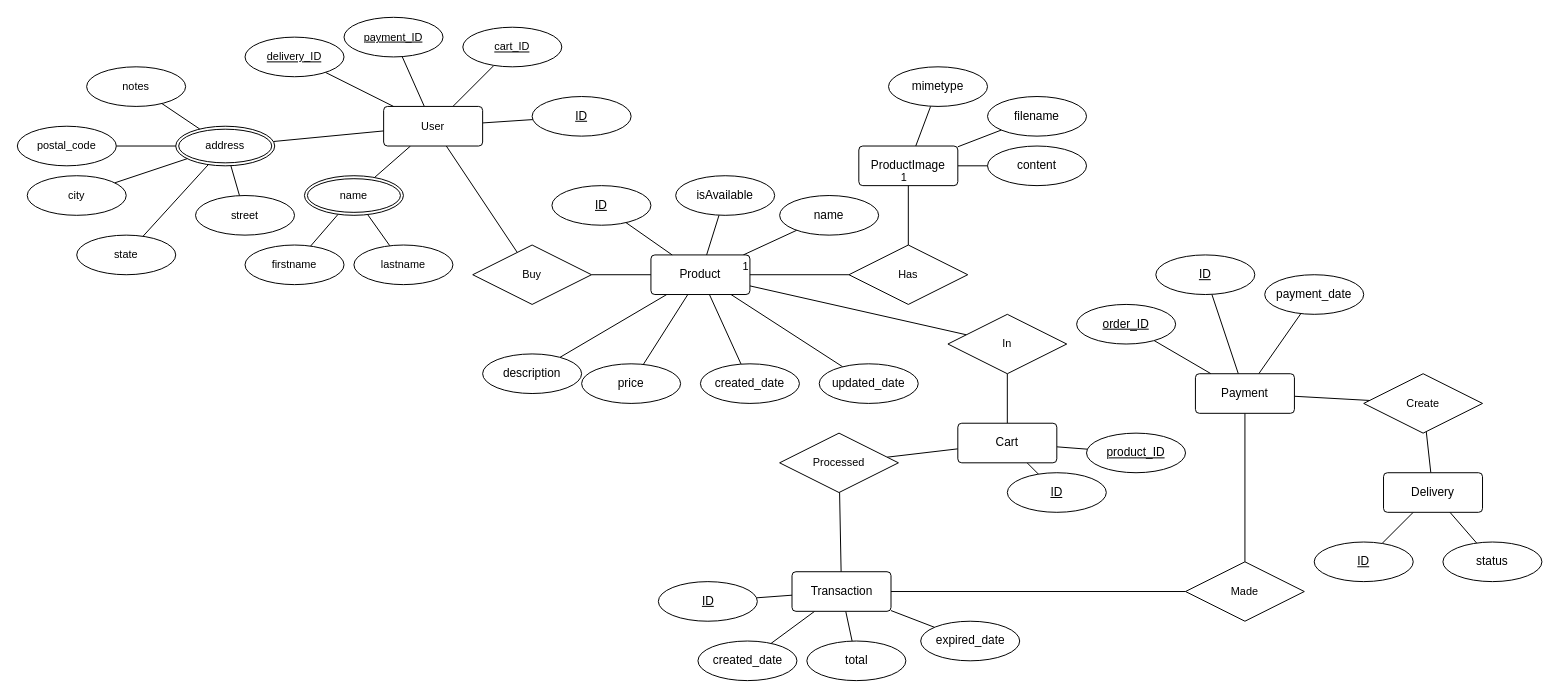
Above: page "ERD" (2 of 2) of Coffeeshop.drawio in pradana4648/coffeeshop (draw.io), before the change. Source tidied: cells renumbered, new cells numbered last; positions are measured from the earlier drawing's top-left corner, leaving out a move shared by most shapes. Both pictures are drawn from the tidied source at 99%, with x=0, y=0 at pixel (17, 17).
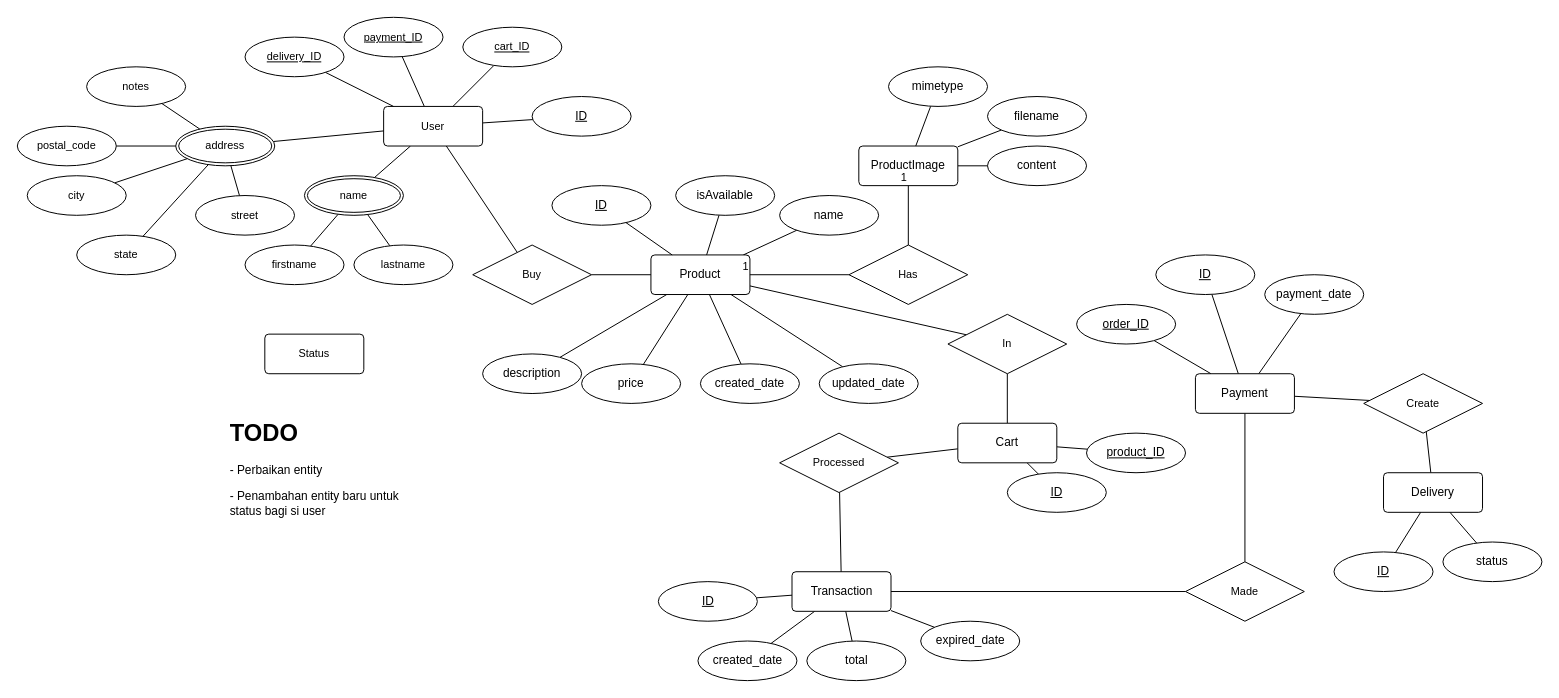
The same diagram, later.

What changed in the source:
```diff
@@
     <mxCell id="80" value="ID" style="ellipse;whiteSpace=wrap;html=1;align=center;fontStyle=4;" parent="1" vertex="1">
-      <mxGeometry x="1310" y="530" width="100" height="40" as="geometry" />
+      <mxGeometry x="1330" y="540" width="100" height="40" as="geometry" />
     </mxCell>
@@
+    <mxCell id="97" value="Status" style="rounded=1;arcSize=10;whiteSpace=wrap;html=1;align=center;fontFamily=Helvetica;fontSize=11;fontColor=default;" parent="1" vertex="1">
+      <mxGeometry x="250" y="320" width="100" height="40" as="geometry" />
+    </mxCell>
+    <mxCell id="98" value="&lt;h1&gt;TODO&lt;/h1&gt;&lt;p&gt;- Perbaikan entity&lt;/p&gt;&lt;p&gt;- Penambahan entity baru untuk status bagi si user&lt;br&gt;&lt;/p&gt;" style="text;html=1;strokeColor=none;fillColor=none;spacing=5;spacingTop=-20;whiteSpace=wrap;overflow=hidden;rounded=0;" parent="1" vertex="1">
+      <mxGeometry x="210" y="400" width="190" height="120" as="geometry" />
+    </mxCell>
```
